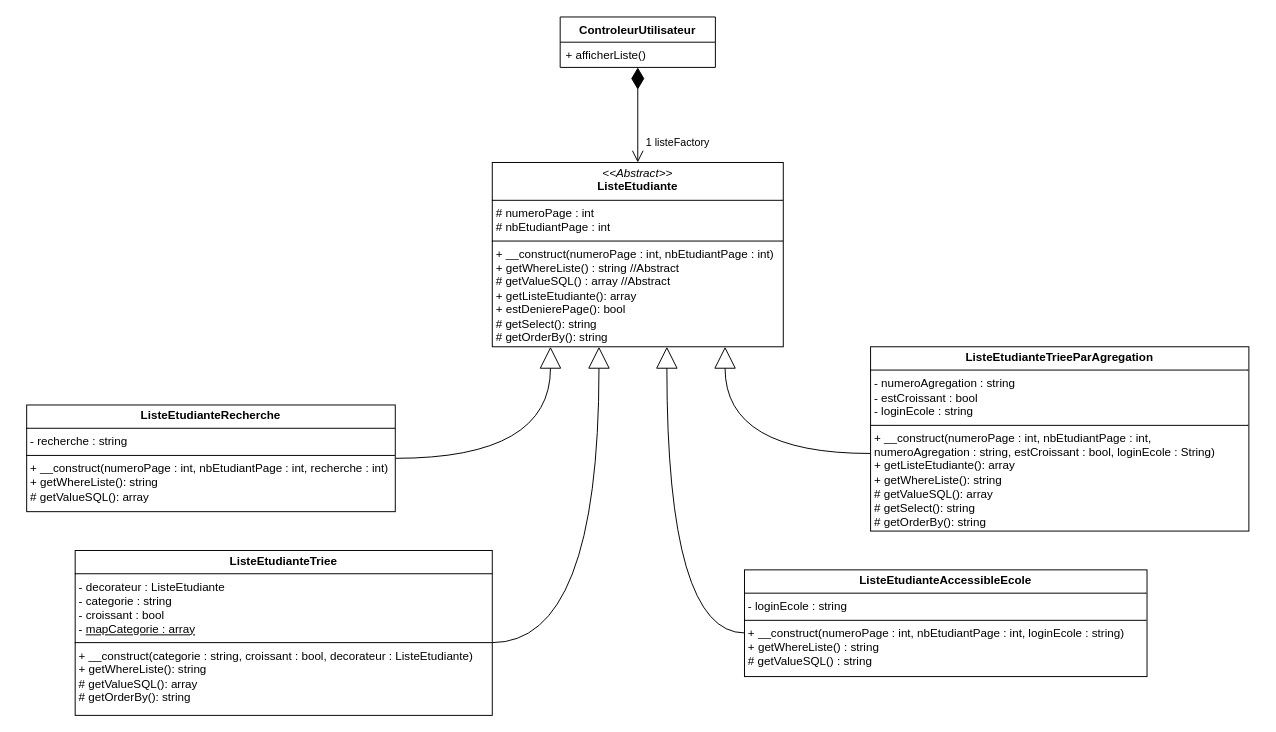
Above: diagramme fabrique abstraite.drawio in theodoredeboisseson/draw.io (draw.io), before the change. Source tidied: cells renumbered, new cells numbered last; positions are measured from the earlier drawing's top-left corner, leaving out a move shared by most shapes. Both pictures are drawn from the tidied source at 97%, with x=0, y=0 at pixel (26, 16).
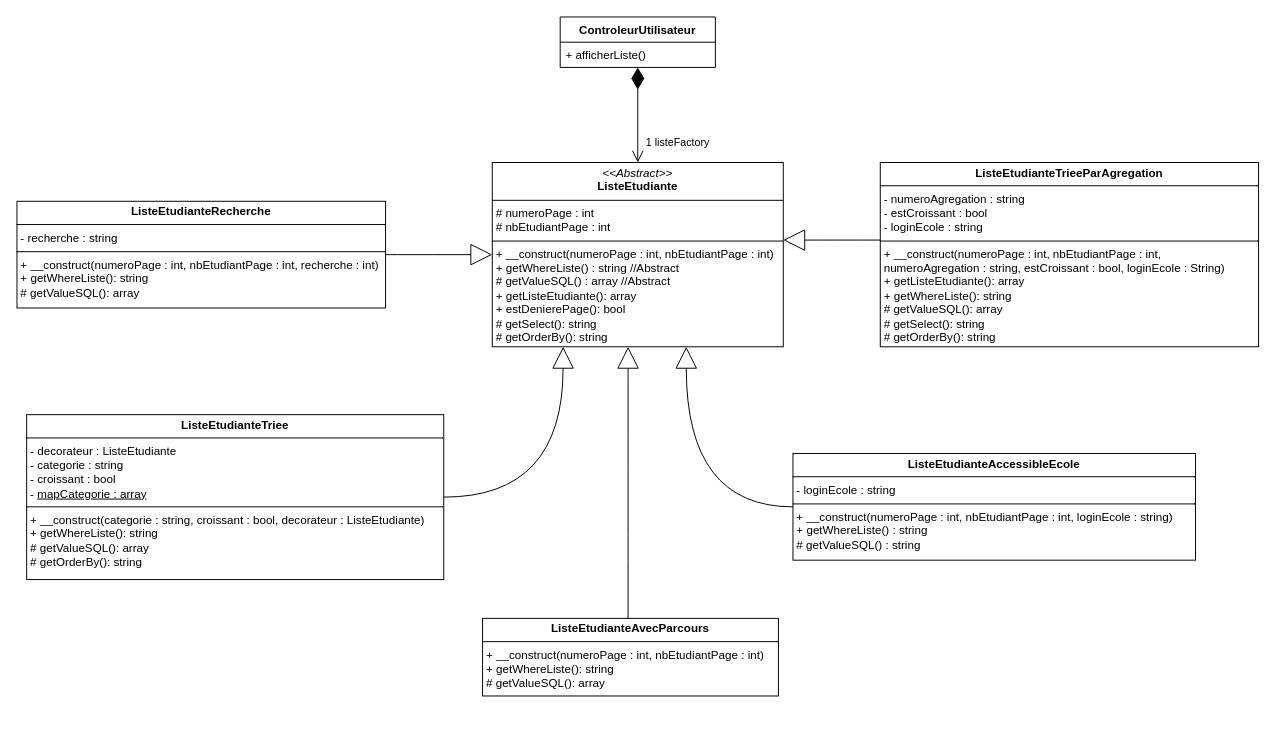
After the change.

Commit message:
Mettre à jour diagramme fabrique abstraite.drawio

Unchanged cells that the change refers to:
```xml
<mxCell id="4" value="&lt;p style=&quot;margin:0px;margin-top:4px;text-align:center;&quot;&gt;&lt;i&gt;&amp;lt;&amp;lt;Abstract&amp;gt;&amp;gt;&lt;/i&gt;&lt;br&gt;&lt;b&gt;ListeEtudiante&lt;/b&gt;&lt;/p&gt;&lt;hr size=&quot;1&quot; style=&quot;border-style:solid;&quot;&gt;&lt;p style=&quot;margin:0px;margin-left:4px;&quot;&gt;# numeroPage : int&lt;/p&gt;&lt;p style=&quot;margin:0px;margin-left:4px;&quot;&gt;# nbEtudiantPage : int&lt;/p&gt;&lt;hr size=&quot;1&quot; style=&quot;border-style:solid;&quot;&gt;&lt;p style=&quot;margin:0px;margin-left:4px;&quot;&gt;+ __construct(numeroPage : int, nbEtudiantPage : int)&lt;/p&gt;&lt;p style=&quot;margin:0px;margin-left:4px;&quot;&gt;+ getWhereListe() : string //Abstract&lt;/p&gt;&lt;p style=&quot;margin:0px;margin-left:4px;&quot;&gt;# getValueSQL() : array //Abstract&lt;/p&gt;&lt;p style=&quot;margin:0px;margin-left:4px;&quot;&gt;+ getListeEtudiante(): array&lt;/p&gt;&lt;p style=&quot;margin:0px;margin-left:4px;&quot;&gt;+ estDenierePage(): bool&lt;br&gt;# getSelect(): string&lt;br&gt;# getOrderBy(): string&amp;nbsp;&lt;/p&gt;" style="verticalAlign=top;align=left;overflow=fill;html=1;whiteSpace=wrap;rounded=0;" parent="1" vertex="1">
  <mxGeometry x="480" y="150" width="300" height="190" as="geometry" />
</mxCell>
```

What changed in the source:
```diff
@@
     <mxCell id="5" style="edgeStyle=orthogonalEdgeStyle;rounded=0;jettySize=auto;html=1;endArrow=block;endFill=0;strokeWidth=1;endSize=20;curved=1;" parent="1" edge="1" source="6" target="4">
       <mxGeometry relative="1" as="geometry">
         <Array as="points">
-          <mxPoint x="660" y="635" />
+          <mxPoint x="680" y="505" />
         </Array>
       </mxGeometry>
     </mxCell>
     <mxCell id="6" value="&lt;p style=&quot;margin:0px;margin-top:4px;text-align:center;&quot;&gt;&lt;b&gt;ListeEtudianteAccessibleEcole&lt;/b&gt;&lt;/p&gt;&lt;hr size=&quot;1&quot; style=&quot;border-style:solid;&quot;&gt;&lt;p style=&quot;margin:0px;margin-left:4px;&quot;&gt;- loginEcole : string&lt;/p&gt;&lt;hr size=&quot;1&quot; style=&quot;border-style:solid;&quot;&gt;&lt;p style=&quot;margin:0px;margin-left:4px;&quot;&gt;+ __construct(numeroPage : int, nbEtudiantPage : int, loginEcole : string)&lt;/p&gt;&lt;p style=&quot;margin:0px;margin-left:4px;&quot;&gt;+ getWhereListe() : string&lt;/p&gt;&lt;p style=&quot;margin:0px;margin-left:4px;&quot;&gt;# getValueSQL() : string&lt;/p&gt;" style="verticalAlign=top;align=left;overflow=fill;html=1;whiteSpace=wrap;rounded=0;" parent="1" vertex="1">
-      <mxGeometry x="740" y="570" width="415" height="110" as="geometry" />
+      <mxGeometry x="790" y="450" width="415" height="110" as="geometry" />
     </mxCell>
     <mxCell id="7" style="edgeStyle=orthogonalEdgeStyle;rounded=0;jettySize=auto;html=1;curved=1;endArrow=block;endFill=0;endSize=20;" parent="1" edge="1" source="8" target="4">
-      <mxGeometry relative="1" as="geometry">
-        <Array as="points">
-          <mxPoint x="540" y="455" />
-        </Array>
-      </mxGeometry>
+      <mxGeometry relative="1" as="geometry" />
     </mxCell>
     <mxCell id="8" value="&lt;p style=&quot;margin:0px;margin-top:4px;text-align:center;&quot;&gt;&lt;b&gt;ListeEtudianteRecherche&lt;/b&gt;&lt;/p&gt;&lt;hr size=&quot;1&quot; style=&quot;border-style:solid;&quot;&gt;&lt;p style=&quot;margin:0px;margin-left:4px;&quot;&gt;- recherche : string&lt;/p&gt;&lt;hr size=&quot;1&quot; style=&quot;border-style:solid;&quot;&gt;&lt;p style=&quot;margin:0px;margin-left:4px;&quot;&gt;+ __construct(numeroPage : int, nbEtudiantPage : int, recherche : int)&lt;/p&gt;&lt;p style=&quot;margin:0px;margin-left:4px;&quot;&gt;+ getWhereListe(): string&lt;/p&gt;&lt;p style=&quot;margin:0px;margin-left:4px;&quot;&gt;# getValueSQL(): array&lt;/p&gt;" style="verticalAlign=top;align=left;overflow=fill;html=1;whiteSpace=wrap;rounded=0;" parent="1" vertex="1">
-      <mxGeometry y="400" width="380" height="110" as="geometry" />
+      <mxGeometry x="-10" y="190" width="380" height="110" as="geometry" />
     </mxCell>
-    <mxCell id="9" style="edgeStyle=orthogonalEdgeStyle;rounded=0;jettySize=auto;html=1;endSize=20;endArrow=block;endFill=0;curved=1;" parent="1" edge="1" source="10" target="4">
+    <mxCell id="9" style="edgeStyle=orthogonalEdgeStyle;rounded=0;jettySize=auto;html=1;endSize=20;endArrow=block;endFill=0;curved=1;" parent="1" edge="1" source="10">
       <mxGeometry relative="1" as="geometry">
+        <mxPoint x="553" y="340" as="targetPoint" />
         <Array as="points">
-          <mxPoint x="590" y="645" />
+          <mxPoint x="553" y="495" />
         </Array>
       </mxGeometry>
     </mxCell>
     <mxCell id="10" value="&lt;p style=&quot;margin:0px;margin-top:4px;text-align:center;&quot;&gt;&lt;b&gt;ListeEtudianteTriee&lt;/b&gt;&lt;/p&gt;&lt;hr size=&quot;1&quot; style=&quot;border-style:solid;&quot;&gt;&lt;p style=&quot;margin:0px;margin-left:4px;&quot;&gt;- decorateur : ListeEtudiante&lt;/p&gt;&lt;p style=&quot;margin:0px;margin-left:4px;&quot;&gt;- categorie : string&lt;/p&gt;&lt;p style=&quot;margin:0px;margin-left:4px;&quot;&gt;- croissant : bool&lt;/p&gt;&lt;p style=&quot;margin:0px;margin-left:4px;&quot;&gt;- &lt;u&gt;mapCategorie : array&lt;/u&gt;&lt;/p&gt;&lt;hr size=&quot;1&quot; style=&quot;border-style:solid;&quot;&gt;&lt;p style=&quot;margin:0px;margin-left:4px;&quot;&gt;+ __construct(categorie : string, croissant : bool, decorateur : ListeEtudiante)&lt;/p&gt;&lt;p style=&quot;margin:0px;margin-left:4px;&quot;&gt;+ getWhereListe(): string&lt;/p&gt;&lt;p style=&quot;margin:0px;margin-left:4px;&quot;&gt;# getValueSQL(): array&lt;/p&gt;&lt;p style=&quot;margin:0px;margin-left:4px;&quot;&gt;# getOrderBy(): string&lt;/p&gt;" style="verticalAlign=top;align=left;overflow=fill;html=1;whiteSpace=wrap;rounded=0;" parent="1" vertex="1">
-      <mxGeometry x="50" y="550" width="430" height="170" as="geometry" />
+      <mxGeometry y="410" width="430" height="170" as="geometry" />
     </mxCell>
     <mxCell id="11" style="edgeStyle=orthogonalEdgeStyle;rounded=0;jettySize=auto;html=1;curved=1;endArrow=block;endFill=0;endSize=20;" parent="1" edge="1" source="12" target="4">
       <mxGeometry relative="1" as="geometry">
         <Array as="points">
-          <mxPoint x="720" y="450" />
+          <mxPoint x="830" y="230" />
+          <mxPoint x="830" y="230" />
         </Array>
       </mxGeometry>
     </mxCell>
     <mxCell id="12" value="&lt;p style=&quot;margin:0px;margin-top:4px;text-align:center;&quot;&gt;&lt;b&gt;ListeEtudianteTrieeParAgregation&lt;/b&gt;&lt;/p&gt;&lt;hr size=&quot;1&quot; style=&quot;border-style:solid;&quot;&gt;&lt;p style=&quot;margin:0px;margin-left:4px;&quot;&gt;- numeroAgregation : string&lt;/p&gt;&lt;p style=&quot;margin:0px;margin-left:4px;&quot;&gt;- estCroissant : bool&lt;/p&gt;&lt;p style=&quot;margin:0px;margin-left:4px;&quot;&gt;- loginEcole : string&lt;/p&gt;&lt;hr size=&quot;1&quot; style=&quot;border-style:solid;&quot;&gt;&lt;p style=&quot;margin:0px;margin-left:4px;&quot;&gt;+ __construct(numeroPage : int, nbEtudiantPage : int, numeroAgregation : string, estCroissant : bool, loginEcole : String)&lt;/p&gt;&lt;p style=&quot;margin:0px;margin-left:4px;&quot;&gt;+ getListeEtudiante(): array&lt;/p&gt;&lt;p style=&quot;margin:0px;margin-left:4px;&quot;&gt;+ getWhereListe(): string&lt;/p&gt;&lt;p style=&quot;margin:0px;margin-left:4px;&quot;&gt;# getValueSQL(): array&lt;br&gt;# getSelect(): string&lt;br&gt;# getOrderBy(): string&lt;/p&gt;" style="verticalAlign=top;align=left;overflow=fill;html=1;whiteSpace=wrap;rounded=0;" parent="1" vertex="1">
-      <mxGeometry x="870" y="340" width="390" height="190" as="geometry" />
+      <mxGeometry x="880" y="150" width="390" height="190" as="geometry" />
     </mxCell>
@@
+    <mxCell id="15" style="edgeStyle=orthogonalEdgeStyle;rounded=0;jettySize=auto;html=1;curved=1;endArrow=block;endFill=0;startSize=6;endSize=20;" parent="1" edge="1" source="16" target="4">
+      <mxGeometry relative="1" as="geometry">
+        <Array as="points">
+          <mxPoint x="620" y="370" />
+          <mxPoint x="620" y="370" />
+        </Array>
+      </mxGeometry>
+    </mxCell>
+    <mxCell id="16" value="&lt;p style=&quot;margin:0px;margin-top:4px;text-align:center;&quot;&gt;&lt;b&gt;ListeEtudianteAvecParcours&lt;/b&gt;&lt;/p&gt;&lt;hr size=&quot;1&quot; style=&quot;border-style:solid;&quot;&gt;&lt;p style=&quot;margin:0px;margin-left:4px;&quot;&gt;+ __construct(numeroPage : int, nbEtudiantPage : int)&lt;/p&gt;&lt;p style=&quot;margin:0px;margin-left:4px;&quot;&gt;+ getWhereListe(): string&lt;/p&gt;&lt;p style=&quot;margin:0px;margin-left:4px;&quot;&gt;# getValueSQL(): array&lt;/p&gt;" style="verticalAlign=top;align=left;overflow=fill;html=1;whiteSpace=wrap;rounded=0;" parent="1" vertex="1">
+      <mxGeometry x="470" y="620" width="305" height="80" as="geometry" />
+    </mxCell>
```
